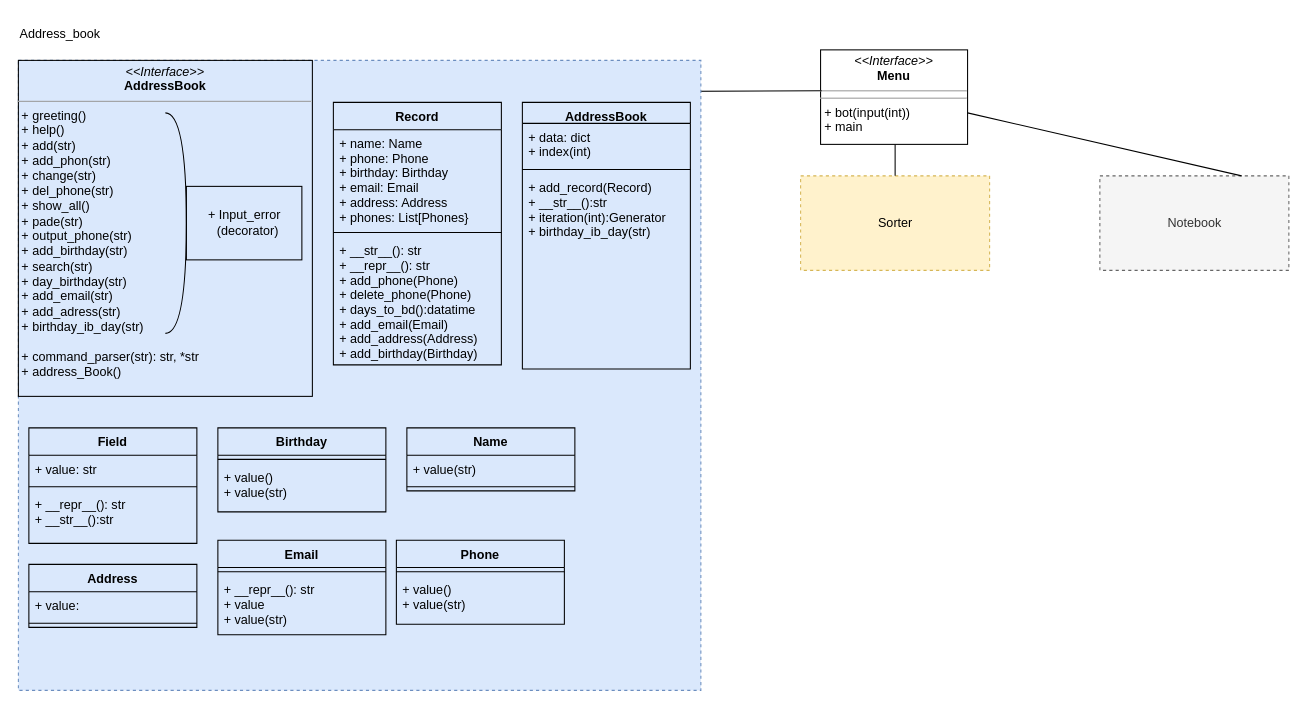
Earlier version of the draw.io diagram Диаграмма без названия.drawio (shevtania/Project). Source tidied: cells renumbered, new cells numbered last; positions are measured from the earlier drawing's top-left corner, leaving out a move shared by most shapes. Both pictures are drawn from the tidied source at 105%, with x=0, y=0 at pixel (18, 18).
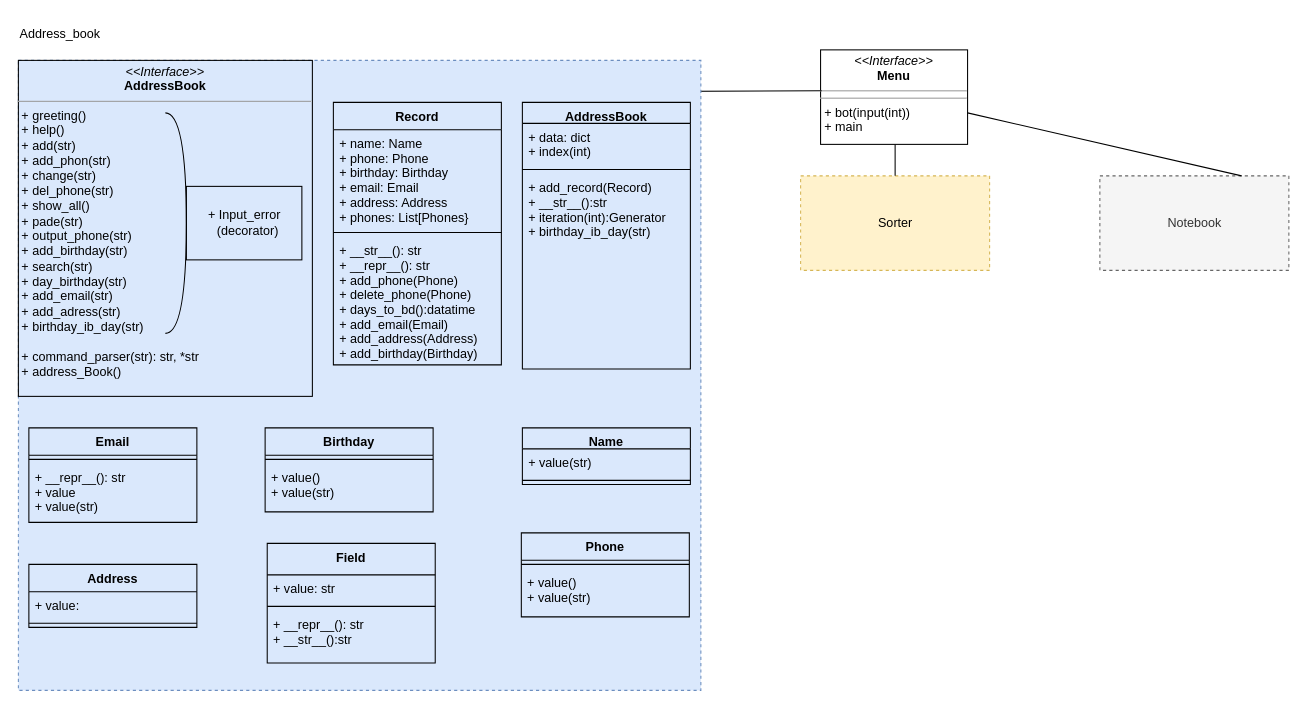
The same diagram, later.

Change to the diagram source:
```diff
@@
-    <mxCell id="13" value="Field" style="swimlane;fontStyle=1;align=center;verticalAlign=top;horizontal=1;startSize=26;fillColor=none;" parent="1" vertex="1">
-      <mxGeometry x="10" y="390" width="160" height="110" as="geometry" />
+    <mxCell id="13" value="Field" style="swimlane;fontStyle=1;align=center;verticalAlign=top;horizontal=1;startSize=30;fillColor=none;" parent="1" vertex="1">
+      <mxGeometry x="237" y="500" width="160" height="114" as="geometry" />
     </mxCell>
     <mxCell id="14" value="+ value: str" style="text;strokeColor=none;fillColor=none;align=left;verticalAlign=top;spacingLeft=4;spacingRight=4;overflow=hidden;" parent="13" vertex="1">
-      <mxGeometry y="26" width="160" height="26" as="geometry" />
+      <mxGeometry y="30" width="160" height="26" as="geometry" />
     </mxCell>
     <mxCell id="15" style="line;strokeWidth=1;fillColor=none;align=left;verticalAlign=middle;spacingTop=-1;spacingLeft=3;spacingRight=3;labelPosition=right;strokeColor=inherit;" parent="13" vertex="1">
-      <mxGeometry y="52" width="160" height="8" as="geometry" />
+      <mxGeometry y="56" width="160" height="8" as="geometry" />
     </mxCell>
     <mxCell id="16" value="+ __repr__(): str&#10;+ __str__():str&#10;" style="text;strokeColor=none;fillColor=none;align=left;verticalAlign=top;spacingLeft=4;spacingRight=4;overflow=hidden;" parent="13" vertex="1">
-      <mxGeometry y="60" width="160" height="50" as="geometry" />
+      <mxGeometry y="64" width="160" height="50" as="geometry" />
     </mxCell>
     <mxCell id="17" value="Birthday" style="swimlane;fontStyle=1;align=center;verticalAlign=top;horizontal=1;startSize=26;fillColor=none;" parent="1" vertex="1">
-      <mxGeometry x="190" y="390" width="160" height="80" as="geometry" />
+      <mxGeometry x="235" y="390" width="160" height="80" as="geometry" />
     </mxCell>
@@
     <mxCell id="23" value="Email" style="swimlane;fontStyle=1;align=center;verticalAlign=top;horizontal=1;startSize=26;fillColor=none;" parent="1" vertex="1">
-      <mxGeometry x="190" y="497" width="160" height="90" as="geometry" />
+      <mxGeometry x="10" y="390" width="160" height="90" as="geometry" />
     </mxCell>
@@
-    <mxCell id="26" value="Name" style="swimlane;fontStyle=1;align=center;verticalAlign=top;horizontal=1;startSize=26;fillColor=none;" parent="1" vertex="1">
-      <mxGeometry x="370" y="390" width="160" height="60" as="geometry" />
+    <mxCell id="26" value="Name" style="swimlane;fontStyle=1;align=center;verticalAlign=top;horizontal=1;startSize=20;fillColor=none;" parent="1" vertex="1">
+      <mxGeometry x="480" y="390" width="160" height="54" as="geometry" />
     </mxCell>
     <mxCell id="27" value="+ value(str) " style="text;strokeColor=none;fillColor=none;align=left;verticalAlign=top;spacingLeft=4;spacingRight=4;overflow=hidden;" parent="26" vertex="1">
-      <mxGeometry y="26" width="160" height="26" as="geometry" />
+      <mxGeometry y="20" width="160" height="26" as="geometry" />
     </mxCell>
     <mxCell id="28" style="line;strokeWidth=1;fillColor=none;align=left;verticalAlign=middle;spacingTop=-1;spacingLeft=3;spacingRight=3;labelPosition=right;strokeColor=inherit;" parent="26" vertex="1">
-      <mxGeometry y="52" width="160" height="8" as="geometry" />
+      <mxGeometry y="46" width="160" height="8" as="geometry" />
     </mxCell>
     <mxCell id="29" value="Phone" style="swimlane;fontStyle=1;align=center;verticalAlign=top;horizontal=1;startSize=26;fillColor=none;" parent="1" vertex="1">
-      <mxGeometry x="360" y="497" width="160" height="80" as="geometry" />
+      <mxGeometry x="479" y="490" width="160" height="80" as="geometry" />
     </mxCell>
```
